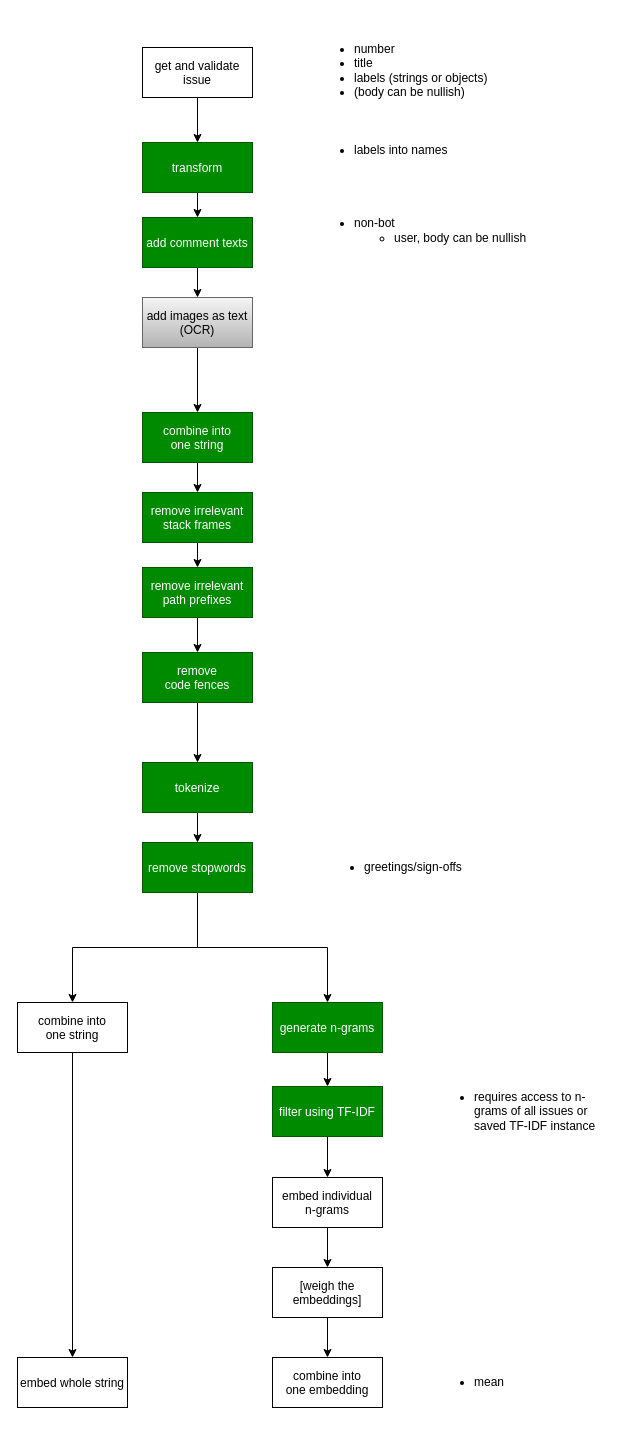
tim-sh/embeddings keeps this draw.io diagram as docs/pipeline.drawio. Above is the earlier version. Source tidied: cells renumbered, new cells numbered last; positions are measured from the earlier drawing's top-left corner, leaving out a move shared by most shapes. Both pictures are drawn from the tidied source at 100%, with x=0, y=0 at pixel (17, 17).
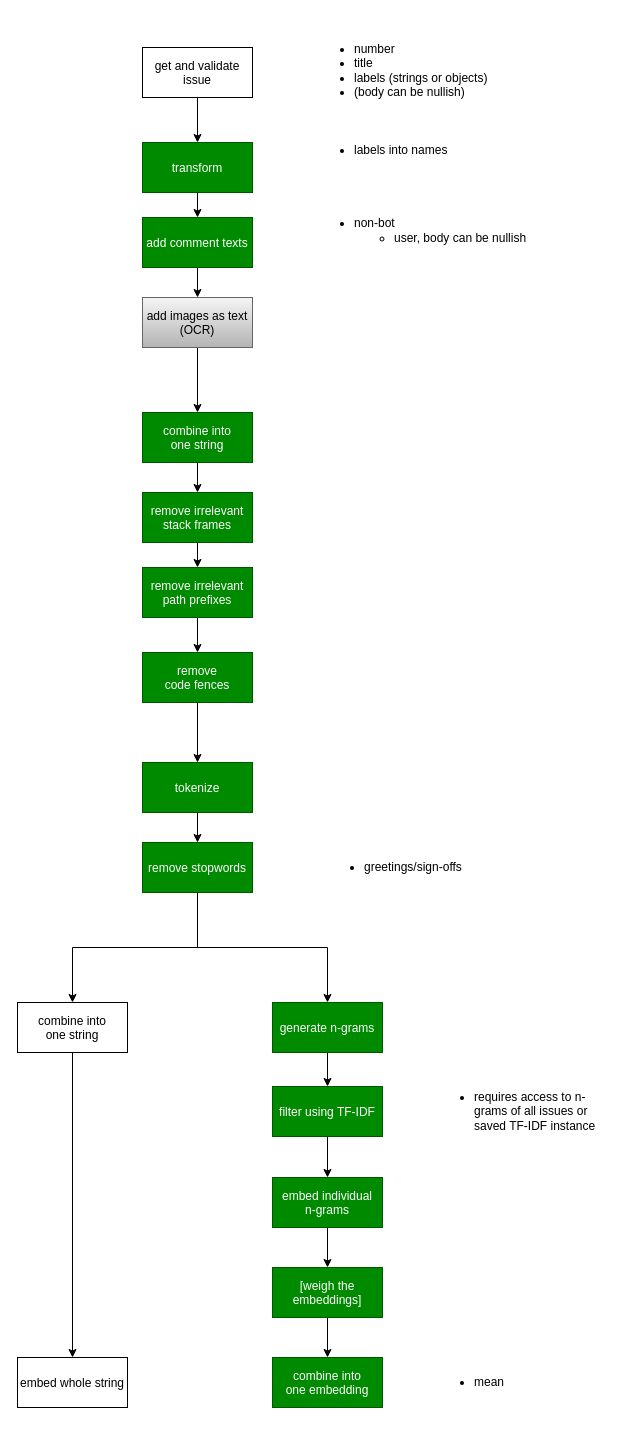
After the change.

Commit message (it also covers changes not shown here):
Compute embeddings and find most similar document (#11)

The edit, as a diff of the source:
```diff
@@
-    <mxCell id="27" value="embed individual&#10;n-grams" parent="1" vertex="1">
+    <mxCell id="27" value="embed individual&#10;n-grams" style="fillColor=#008a00;fontColor=#ffffff;strokeColor=#005700;" parent="1" vertex="1">
       <mxGeometry x="255" y="1160" width="110" height="50" as="geometry" />
     </mxCell>
@@
-    <mxCell id="30" value="[weigh the&#10;embeddings]" parent="1" vertex="1">
+    <mxCell id="30" value="[weigh the&#10;embeddings]" style="fillColor=#008a00;fontColor=#ffffff;strokeColor=#005700;" parent="1" vertex="1">
       <mxGeometry x="255" y="1250" width="110" height="50" as="geometry" />
     </mxCell>
-    <mxCell id="31" value="combine into&#10;one embedding" parent="1" vertex="1">
+    <mxCell id="31" value="combine into&#10;one embedding" style="fillColor=#008a00;fontColor=#ffffff;strokeColor=#005700;" parent="1" vertex="1">
       <mxGeometry x="255" y="1340" width="110" height="50" as="geometry" />
     </mxCell>
```
